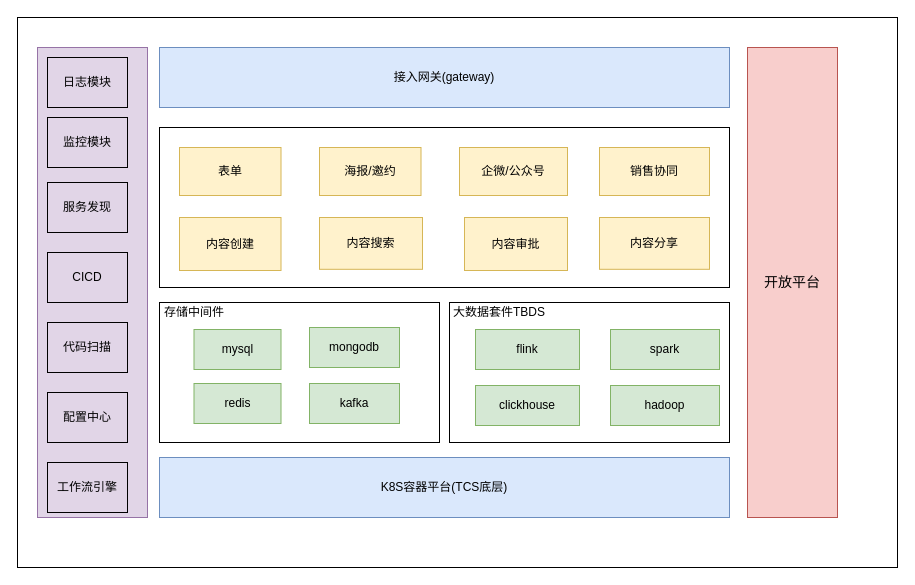
hui12345685/drawio keeps this draw.io diagram as marketing.drawio. Above is the earlier version. Source tidied: cells renumbered, new cells numbered last; positions are measured from the earlier drawing's top-left corner, leaving out a move shared by most shapes. Both pictures are drawn from the tidied source at 100%, with x=0, y=0 at pixel (17, 17).
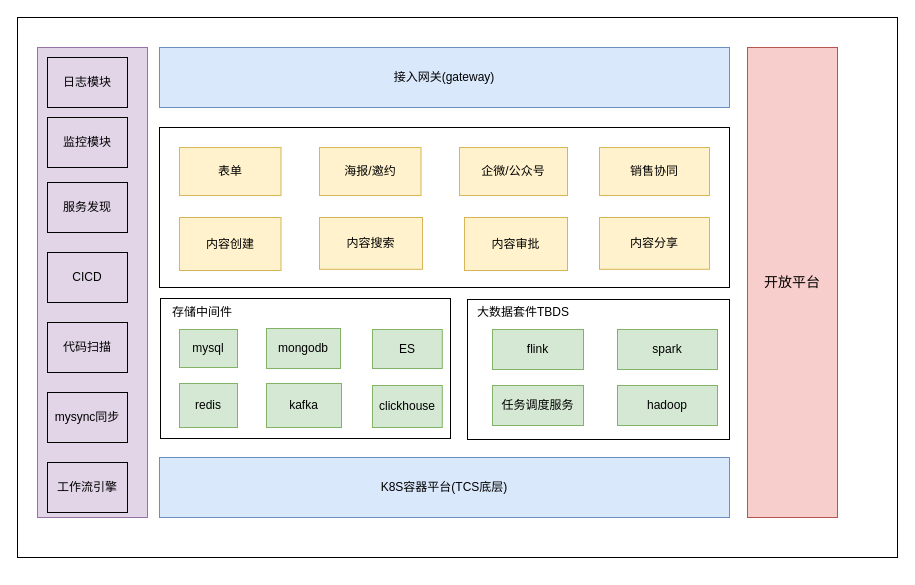
The same page after the edit.

Change to the diagram source:
```diff
@@
     <mxCell id="2" style="rounded=0;whiteSpace=wrap;html=1;" parent="1" vertex="1">
-      <mxGeometry width="880" height="550" as="geometry" />
+      <mxGeometry width="880" height="540" as="geometry" />
     </mxCell>
@@
     <mxCell id="8" value="mysql" style="rounded=0;whiteSpace=wrap;html=1;fillColor=#d5e8d4;strokeColor=#82b366;" parent="1" vertex="1">
-      <mxGeometry x="176.5" y="312" width="87" height="40" as="geometry" />
+      <mxGeometry x="162" y="312" width="58" height="38" as="geometry" />
     </mxCell>
     <mxCell id="9" value="redis" style="rounded=0;whiteSpace=wrap;html=1;fillColor=#d5e8d4;strokeColor=#82b366;" parent="1" vertex="1">
-      <mxGeometry x="176.5" y="366" width="87" height="40" as="geometry" />
+      <mxGeometry x="162" y="366" width="58" height="44" as="geometry" />
     </mxCell>
     <mxCell id="10" value="mongodb" style="rounded=0;whiteSpace=wrap;html=1;fillColor=#d5e8d4;strokeColor=#82b366;" parent="1" vertex="1">
-      <mxGeometry x="292" y="310" width="90" height="40" as="geometry" />
+      <mxGeometry x="249" y="311" width="74" height="40" as="geometry" />
     </mxCell>
     <mxCell id="11" value="flink" style="rounded=0;whiteSpace=wrap;html=1;fillColor=#d5e8d4;strokeColor=#82b366;" parent="1" vertex="1">
-      <mxGeometry x="458" y="312" width="104" height="40" as="geometry" />
+      <mxGeometry x="475" y="312" width="91" height="40" as="geometry" />
     </mxCell>
     <mxCell id="12" style="rounded=0;whiteSpace=wrap;html=1;fillColor=none;" parent="1" vertex="1">
-      <mxGeometry x="142" y="285" width="280" height="140" as="geometry" />
+      <mxGeometry x="143" y="281" width="290" height="140" as="geometry" />
     </mxCell>
@@
     <mxCell id="16" value="kafka" style="rounded=0;whiteSpace=wrap;html=1;fillColor=#d5e8d4;strokeColor=#82b366;" parent="1" vertex="1">
-      <mxGeometry x="292" y="366" width="90" height="40" as="geometry" />
+      <mxGeometry x="249" y="366" width="75" height="44" as="geometry" />
     </mxCell>
     <mxCell id="17" value="存储中间件" style="text;html=1;strokeColor=none;fillColor=none;align=center;verticalAlign=middle;whiteSpace=wrap;rounded=0;" parent="1" vertex="1">
-      <mxGeometry x="142" y="280" width="70" height="30" as="geometry" />
+      <mxGeometry x="150" y="280" width="70" height="30" as="geometry" />
     </mxCell>
@@
     <mxCell id="21" value="大数据套件TBDS" style="text;html=1;strokeColor=none;fillColor=none;align=center;verticalAlign=middle;whiteSpace=wrap;rounded=0;" parent="1" vertex="1">
-      <mxGeometry x="427" y="285" width="110" height="20" as="geometry" />
+      <mxGeometry x="451" y="285" width="110" height="20" as="geometry" />
     </mxCell>
-    <mxCell id="22" value="clickhouse" style="rounded=0;whiteSpace=wrap;html=1;fillColor=#d5e8d4;strokeColor=#82b366;" parent="1" vertex="1">
-      <mxGeometry x="458" y="368" width="104" height="40" as="geometry" />
+    <mxCell id="22" value="任务调度服务" style="rounded=0;whiteSpace=wrap;html=1;fillColor=#d5e8d4;strokeColor=#82b366;" parent="1" vertex="1">
+      <mxGeometry x="475" y="368" width="91" height="40" as="geometry" />
     </mxCell>
     <mxCell id="23" value="hadoop" style="rounded=0;whiteSpace=wrap;html=1;fillColor=#d5e8d4;strokeColor=#82b366;" parent="1" vertex="1">
-      <mxGeometry x="593" y="368" width="109" height="40" as="geometry" />
+      <mxGeometry x="600" y="368" width="100" height="40" as="geometry" />
     </mxCell>
     <mxCell id="24" value="spark" style="rounded=0;whiteSpace=wrap;html=1;fillColor=#d5e8d4;strokeColor=#82b366;" parent="1" vertex="1">
-      <mxGeometry x="593" y="312" width="109" height="40" as="geometry" />
+      <mxGeometry x="600" y="312" width="100" height="40" as="geometry" />
     </mxCell>
     <mxCell id="25" style="rounded=0;whiteSpace=wrap;html=1;fillColor=none;" parent="1" vertex="1">
-      <mxGeometry x="432" y="285" width="280" height="140" as="geometry" />
+      <mxGeometry x="450" y="282" width="262" height="140" as="geometry" />
     </mxCell>
@@
-    <mxCell id="32" value="配置中心" style="rounded=0;whiteSpace=wrap;html=1;fillColor=none;" parent="1" vertex="1">
+    <mxCell id="32" value="mysync同步" style="rounded=0;whiteSpace=wrap;html=1;fillColor=none;" parent="1" vertex="1">
       <mxGeometry x="30" y="375" width="80" height="50" as="geometry" />
     </mxCell>
@@
+    <mxCell id="35" value="clickhouse" style="rounded=0;whiteSpace=wrap;html=1;fillColor=#d5e8d4;strokeColor=#82b366;" parent="1" vertex="1">
+      <mxGeometry x="355" y="368" width="69.8" height="42" as="geometry" />
+    </mxCell>
+    <mxCell id="36" value="ES" style="rounded=0;whiteSpace=wrap;html=1;fillColor=#d5e8d4;strokeColor=#82b366;" parent="1" vertex="1">
+      <mxGeometry x="355" y="312" width="69.8" height="39" as="geometry" />
+    </mxCell>
```
